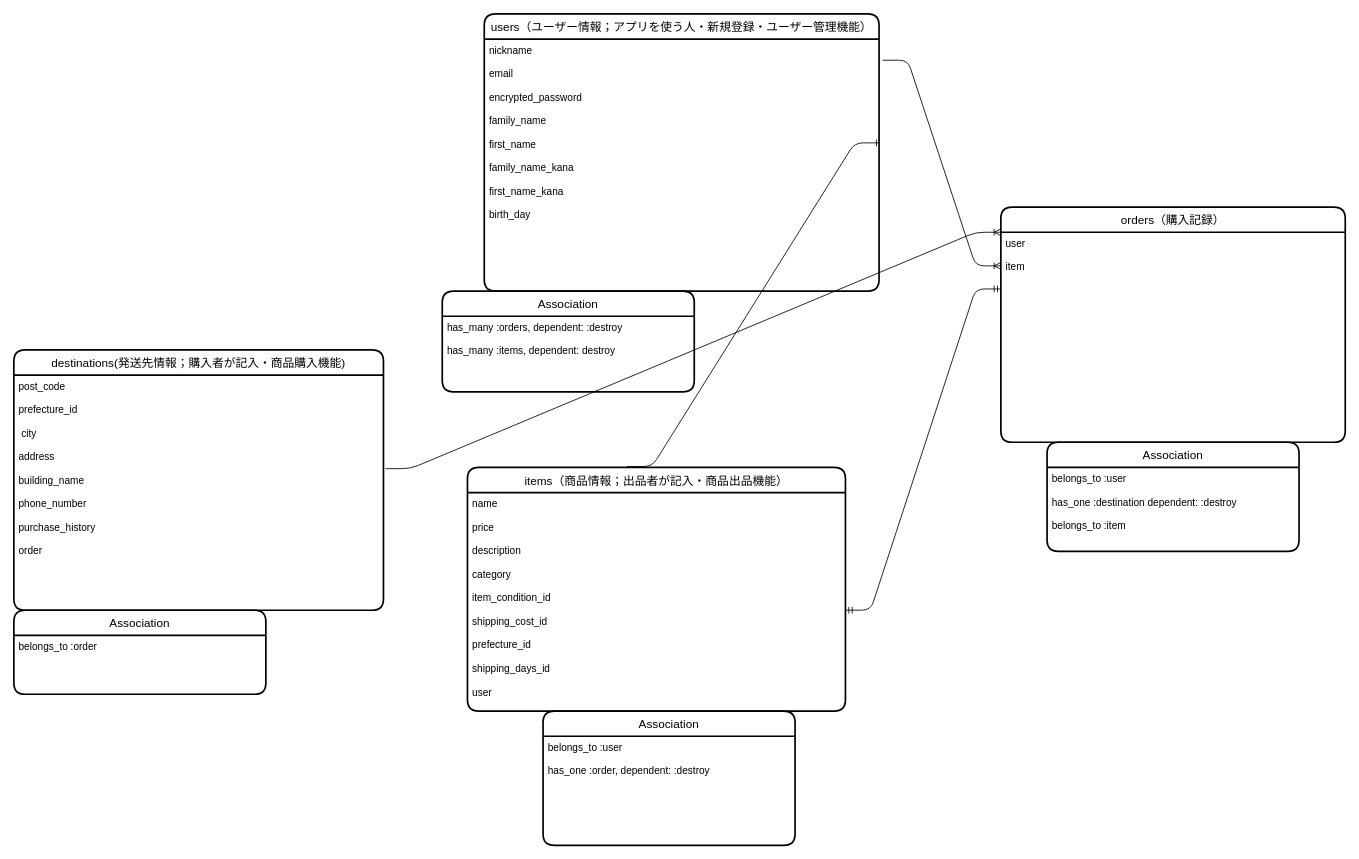
Above: furima.dio in donrow007/furima-38283 (draw.io), before the change. Source tidied: cells renumbered, new cells numbered last; positions are measured from the earlier drawing's top-left corner, leaving out a move shared by most shapes. Both pictures are drawn from the tidied source at 84%, with x=0, y=0 at pixel (13, 13).
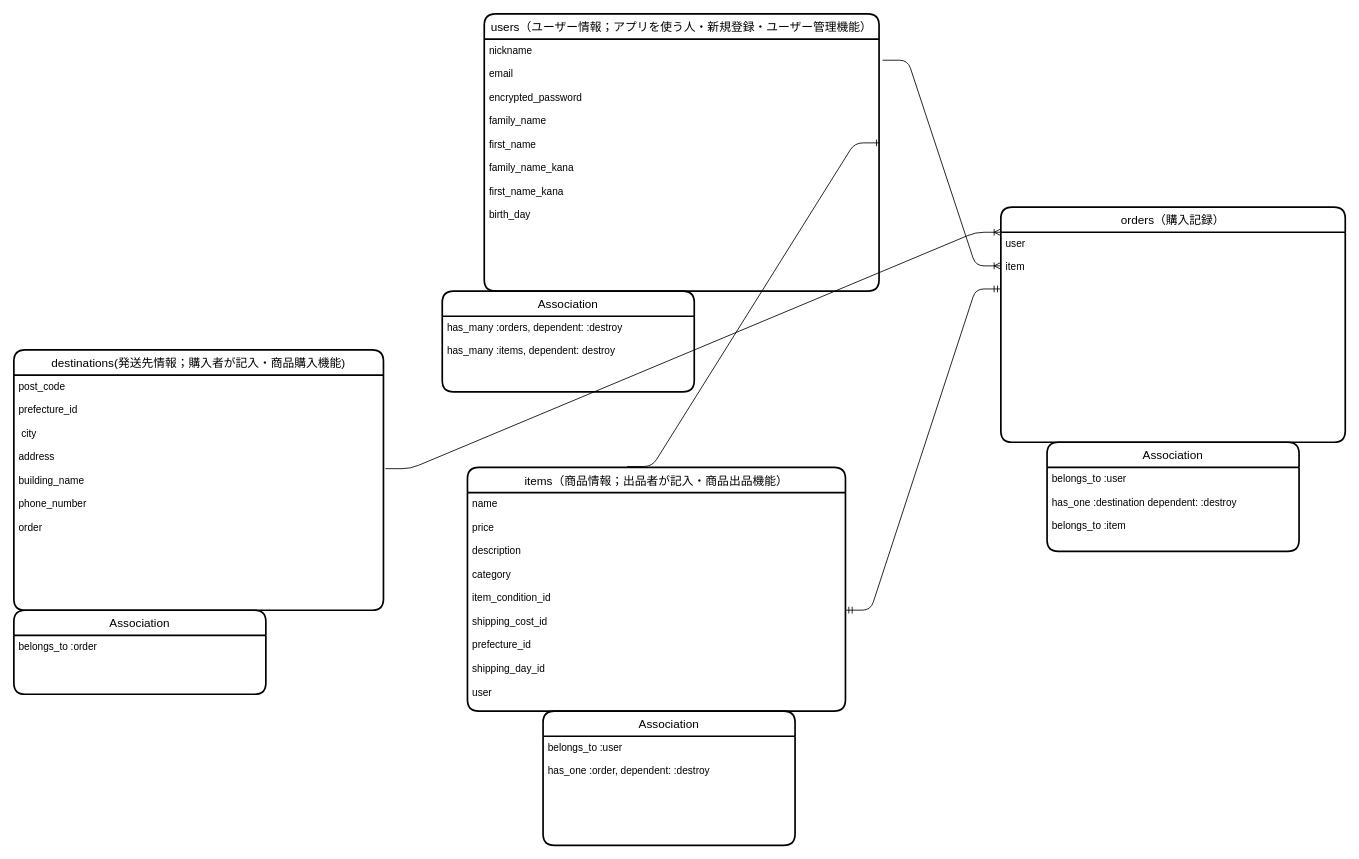
Above is the later version.

Commit message (it also covers changes not shown here):
Formオブジェクト（order_form）の作成

attr_accessor

まだ、rails g modeしていない。

手順1-1. 新たにapp/modelsディレクトリ直下にファイルを作成し、クラスを定義する
手順1-2. 作成したクラスでActiveModel::Modelを呼び出して、form_withメソッドに対応する機能とバリデーションを行う機能を持たせる
手順1-3. attr_accessorを用いて、保存したい複数のテーブルのカラム名すべてを扱えるようにする
手順1-4. バリデーションの処理を書く
手順1-5. データをテーブルに保存する処理を書く

Unchanged cells that the change refers to:
```xml
<mxCell id="5" value="items（商品情報；出品者が記入・商品出品機能）" style="swimlane;horizontal=1;startSize=30;rounded=1;fontSize=14;fontStyle=0;strokeWidth=2;shadow=0;dashed=0;align=center;" parent="1" vertex="1">
  <mxGeometry x="540" y="540" width="450" height="290" as="geometry" />
</mxCell>
<mxCell id="7" value="destinations(発送先情報；購入者が記入・商品購入機能)" style="swimlane;horizontal=1;startSize=30;rounded=1;fontSize=14;fontStyle=0;strokeWidth=2;shadow=0;dashed=0;align=center;" parent="1" vertex="1">
  <mxGeometry y="400" width="440" height="310" as="geometry" />
</mxCell>
```

Change to the diagram source:
```diff
@@
-    <mxCell id="6" value="name&#10;&#10;price&#10;&#10;description&#10;&#10;category           &#10;&#10;item_condition_id&#10;     &#10;shipping_cost_id&#10;&#10;prefecture_id&#10;&#10;shipping_days_id&#10; &#10;user               &#10;&#10;&#10;&#10;" style="align=left;strokeColor=none;fillColor=none;spacingLeft=4;fontSize=12;verticalAlign=top;" parent="5" vertex="1">
+    <mxCell id="6" value="name&#10;&#10;price&#10;&#10;description&#10;&#10;category           &#10;&#10;item_condition_id&#10;     &#10;shipping_cost_id&#10;&#10;prefecture_id&#10;&#10;shipping_day_id&#10; &#10;user               &#10;&#10;&#10;&#10;" style="align=left;strokeColor=none;fillColor=none;spacingLeft=4;fontSize=12;verticalAlign=top;" parent="5" vertex="1">
       <mxGeometry y="30" width="450" height="260" as="geometry" />
     </mxCell>
@@
-    <mxCell id="8" value="post_code&#10;&#10;prefecture_id&#10;&#10; city  &#10;&#10;address &#10;          &#10;building_name&#10;      &#10;phone_number&#10;      &#10;purchase_history&#10;&#10;order&#10;&#10;&#10;&#10;&#10;" style="align=left;strokeColor=none;fillColor=none;spacingLeft=4;fontSize=12;verticalAlign=top;" parent="7" vertex="1">
+    <mxCell id="8" value="post_code&#10;&#10;prefecture_id&#10;&#10; city  &#10;&#10;address &#10;          &#10;building_name&#10;      &#10;phone_number&#10;      &#10;order&#10;&#10;&#10;&#10;&#10;" style="align=left;strokeColor=none;fillColor=none;spacingLeft=4;fontSize=12;verticalAlign=top;" parent="7" vertex="1">
       <mxGeometry y="30" width="440" height="280" as="geometry" />
     </mxCell>
```
